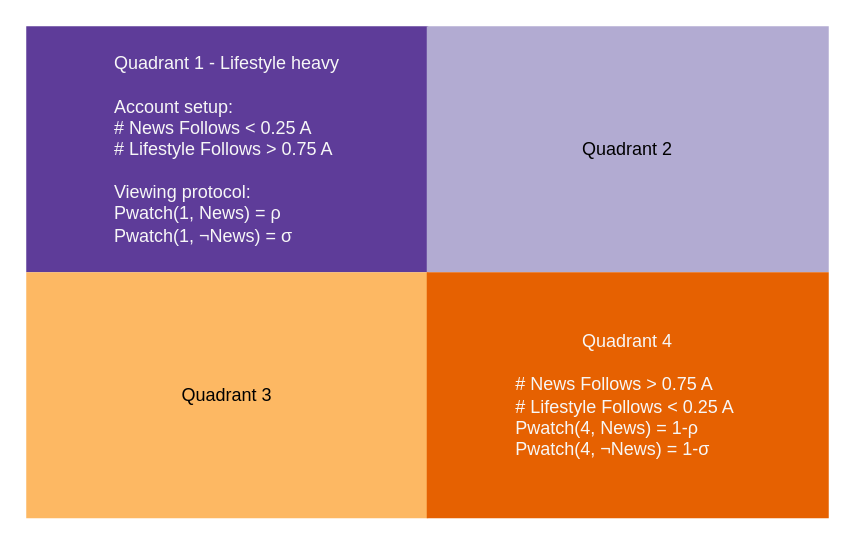
Before: square_quads.drawio in changgge/changgge, a draw.io diagram. Source tidied: cells renumbered, new cells numbered last; positions are measured from the earlier drawing's top-left corner, leaving out a move shared by most shapes. Both pictures are drawn from the tidied source at 150%, with x=0, y=0 at pixel (26, 26).
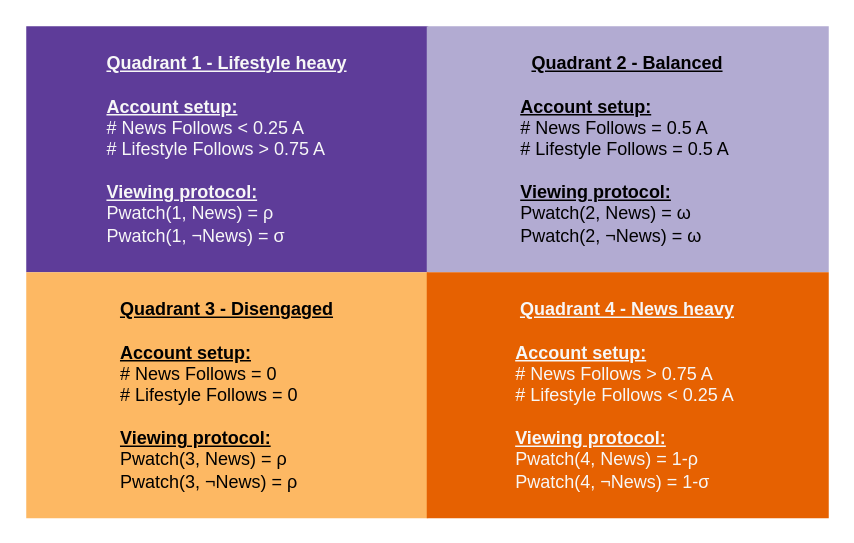
The same diagram, later.

Diff of the diagram source:
```diff
@@
 <mxGraphModel>
   <root>
     <mxCell id="0" />
     <mxCell id="1" parent="0" />
-    <mxCell id="2" value="Quadrant 1 - Lifestyle heavy&lt;div&gt;&lt;br&gt;&lt;/div&gt;&lt;div&gt;&lt;div style=&quot;text-align: left;&quot;&gt;Account setup:&lt;/div&gt;&lt;div style=&quot;text-align: left;&quot;&gt;# News Follows &amp;lt; 0.25 A&lt;/div&gt;&lt;div&gt;&lt;div style=&quot;text-align: left;&quot;&gt;# Lifestyle Follows &amp;gt; 0.75 A&lt;/div&gt;&lt;div style=&quot;text-align: left;&quot;&gt;&lt;br&gt;&lt;/div&gt;&lt;div style=&quot;text-align: left;&quot;&gt;Viewing protocol:&lt;/div&gt;&lt;div style=&quot;text-align: left;&quot;&gt;Pwatch(1, News) =&amp;nbsp;ρ&lt;br&gt;&lt;/div&gt;&lt;/div&gt;&lt;div style=&quot;text-align: left;&quot;&gt;Pwatch(1,&amp;nbsp;&lt;span style=&quot;&quot;&gt;¬&lt;/span&gt;News) =&amp;nbsp;&lt;span style=&quot;&quot;&gt;σ&lt;/span&gt;&lt;/div&gt;&lt;/div&gt;" style="rounded=0;whiteSpace=wrap;html=1;fillColor=#5E3C99;strokeColor=none;fontColor=#F7F7F7;" parent="1" vertex="1">
+    <mxCell id="2" value="&lt;u&gt;&lt;b&gt;Quadrant 1 - Lifestyle heavy&lt;/b&gt;&lt;/u&gt;&lt;div&gt;&lt;u&gt;&lt;br&gt;&lt;/u&gt;&lt;/div&gt;&lt;div&gt;&lt;div style=&quot;text-align: left;&quot;&gt;&lt;u&gt;&lt;b&gt;Account setup:&lt;/b&gt;&lt;/u&gt;&lt;/div&gt;&lt;div style=&quot;text-align: left;&quot;&gt;# News Follows &amp;lt; 0.25 A&lt;/div&gt;&lt;div&gt;&lt;div style=&quot;text-align: left;&quot;&gt;# Lifestyle Follows &amp;gt; 0.75 A&lt;/div&gt;&lt;div style=&quot;text-align: left;&quot;&gt;&lt;br&gt;&lt;/div&gt;&lt;div style=&quot;text-align: left;&quot;&gt;&lt;u&gt;&lt;b&gt;Viewing protocol:&lt;/b&gt;&lt;/u&gt;&lt;/div&gt;&lt;div style=&quot;text-align: left;&quot;&gt;Pwatch(1, News) =&amp;nbsp;ρ&lt;br&gt;&lt;/div&gt;&lt;/div&gt;&lt;div style=&quot;text-align: left;&quot;&gt;Pwatch(1,&amp;nbsp;&lt;span style=&quot;&quot;&gt;¬&lt;/span&gt;News) =&amp;nbsp;&lt;span style=&quot;&quot;&gt;σ&lt;/span&gt;&lt;/div&gt;&lt;/div&gt;" style="rounded=0;whiteSpace=wrap;html=1;fillColor=#5E3C99;strokeColor=none;fontColor=#F7F7F7;" parent="1" vertex="1">
       <mxGeometry width="268" height="164" as="geometry" />
     </mxCell>
-    <mxCell id="3" value="Quadrant 2" style="rounded=0;whiteSpace=wrap;html=1;fillColor=#B2ABD2;strokeColor=none;fontColor=#000000;" parent="1" vertex="1">
+    <mxCell id="3" value="&lt;u style=&quot;caret-color: rgb(247, 247, 247);&quot;&gt;&lt;b&gt;Quadrant 2 - Balanced&lt;/b&gt;&lt;/u&gt;&lt;div style=&quot;caret-color: rgb(247, 247, 247);&quot;&gt;&lt;u&gt;&lt;br&gt;&lt;/u&gt;&lt;/div&gt;&lt;div style=&quot;caret-color: rgb(247, 247, 247);&quot;&gt;&lt;div style=&quot;text-align: left;&quot;&gt;&lt;u&gt;&lt;b&gt;Account setup:&lt;/b&gt;&lt;/u&gt;&lt;/div&gt;&lt;div style=&quot;text-align: left;&quot;&gt;&lt;span&gt;# News Follows = 0.5 A&lt;/span&gt;&lt;/div&gt;&lt;div&gt;&lt;div style=&quot;text-align: left;&quot;&gt;&lt;span&gt;# Lifestyle Follows = 0.5 A&amp;nbsp;&lt;/span&gt;&lt;/div&gt;&lt;div style=&quot;text-align: left;&quot;&gt;&lt;span&gt;&lt;br&gt;&lt;/span&gt;&lt;/div&gt;&lt;div style=&quot;text-align: left;&quot;&gt;&lt;u&gt;&lt;b&gt;Viewing protocol:&lt;/b&gt;&lt;/u&gt;&lt;/div&gt;&lt;div style=&quot;text-align: left;&quot;&gt;Pwatch(2, News) =&amp;nbsp;ω&lt;br&gt;&lt;/div&gt;&lt;/div&gt;&lt;div style=&quot;text-align: left;&quot;&gt;&lt;span&gt;Pwatch(2,&amp;nbsp;¬News) =&amp;nbsp;&lt;/span&gt;ω&lt;/div&gt;&lt;/div&gt;" style="rounded=0;whiteSpace=wrap;html=1;fillColor=#B2ABD2;strokeColor=none;fontColor=#000000;" parent="1" vertex="1">
       <mxGeometry x="267" width="268" height="164" as="geometry" />
     </mxCell>
-    <mxCell id="4" value="Quadrant 3" style="rounded=0;whiteSpace=wrap;html=1;fillColor=#FDB863;strokeColor=none;fontColor=#000000;" parent="1" vertex="1">
+    <mxCell id="4" value="&lt;u style=&quot;caret-color: rgb(247, 247, 247);&quot;&gt;&lt;b&gt;Quadrant 3 - Disengaged&lt;/b&gt;&lt;/u&gt;&lt;div style=&quot;caret-color: rgb(247, 247, 247);&quot;&gt;&lt;u&gt;&lt;br&gt;&lt;/u&gt;&lt;/div&gt;&lt;div style=&quot;caret-color: rgb(247, 247, 247);&quot;&gt;&lt;div style=&quot;text-align: left;&quot;&gt;&lt;u&gt;&lt;b&gt;Account setup:&lt;/b&gt;&lt;/u&gt;&lt;/div&gt;&lt;div style=&quot;text-align: left;&quot;&gt;# News Follows = 0&lt;/div&gt;&lt;div&gt;&lt;div style=&quot;text-align: left;&quot;&gt;# Lifestyle Follows = 0&lt;/div&gt;&lt;div style=&quot;text-align: left;&quot;&gt;&lt;br&gt;&lt;/div&gt;&lt;div style=&quot;text-align: left;&quot;&gt;&lt;u&gt;&lt;b&gt;Viewing protocol:&lt;/b&gt;&lt;/u&gt;&lt;/div&gt;&lt;div style=&quot;text-align: left;&quot;&gt;Pwatch(3, News) =&amp;nbsp;ρ&lt;br&gt;&lt;/div&gt;&lt;/div&gt;&lt;div style=&quot;text-align: left;&quot;&gt;Pwatch(3,&amp;nbsp;¬News) = ρ&lt;/div&gt;&lt;/div&gt;" style="rounded=0;whiteSpace=wrap;html=1;fillColor=#FDB863;strokeColor=none;fontColor=#000000;" parent="1" vertex="1">
       <mxGeometry y="164" width="268" height="164" as="geometry" />
     </mxCell>
-    <mxCell id="5" value="Quadrant 4&lt;div&gt;&lt;br&gt;&lt;/div&gt;&lt;div&gt;&lt;div style=&quot;text-align: left;&quot;&gt;# News Follows &amp;gt; 0.75 A&lt;/div&gt;&lt;div&gt;&lt;div style=&quot;text-align: left;&quot;&gt;# Lifestyle Follows &amp;lt; 0.25 A&amp;nbsp;&lt;/div&gt;&lt;div style=&quot;text-align: left;&quot;&gt;Pwatch(4, News) = 1-ρ&lt;br&gt;&lt;/div&gt;&lt;/div&gt;&lt;div style=&quot;text-align: left;&quot;&gt;Pwatch(4,&amp;nbsp;¬News) = 1-σ&lt;/div&gt;&lt;/div&gt;" style="rounded=0;whiteSpace=wrap;html=1;fillColor=#E66101;strokeColor=none;fontColor=#F7F7F7;" parent="1" vertex="1">
+    <mxCell id="5" value="&lt;u&gt;&lt;b&gt;Quadrant 4 - News heavy&lt;/b&gt;&lt;/u&gt;&lt;div&gt;&lt;u&gt;&lt;br&gt;&lt;/u&gt;&lt;/div&gt;&lt;div&gt;&lt;div style=&quot;text-align: left;&quot;&gt;&lt;u&gt;&lt;b&gt;Account setup:&lt;/b&gt;&lt;/u&gt;&lt;/div&gt;&lt;div style=&quot;text-align: left;&quot;&gt;# News Follows &amp;gt; 0.75 A&lt;/div&gt;&lt;div&gt;&lt;div style=&quot;text-align: left;&quot;&gt;# Lifestyle Follows &amp;lt; 0.25 A&amp;nbsp;&lt;/div&gt;&lt;div style=&quot;text-align: left;&quot;&gt;&lt;br&gt;&lt;/div&gt;&lt;div style=&quot;text-align: left;&quot;&gt;&lt;u&gt;&lt;b&gt;Viewing protocol:&lt;/b&gt;&lt;/u&gt;&lt;/div&gt;&lt;div style=&quot;text-align: left;&quot;&gt;Pwatch(4, News) = 1-ρ&lt;br&gt;&lt;/div&gt;&lt;/div&gt;&lt;div style=&quot;text-align: left;&quot;&gt;Pwatch(4,&amp;nbsp;¬News) = 1-σ&lt;/div&gt;&lt;/div&gt;" style="rounded=0;whiteSpace=wrap;html=1;fillColor=#E66101;strokeColor=none;fontColor=#F7F7F7;" parent="1" vertex="1">
       <mxGeometry x="267" y="164" width="268" height="164" as="geometry" />
     </mxCell>
   </root>
 </mxGraphModel>
```
